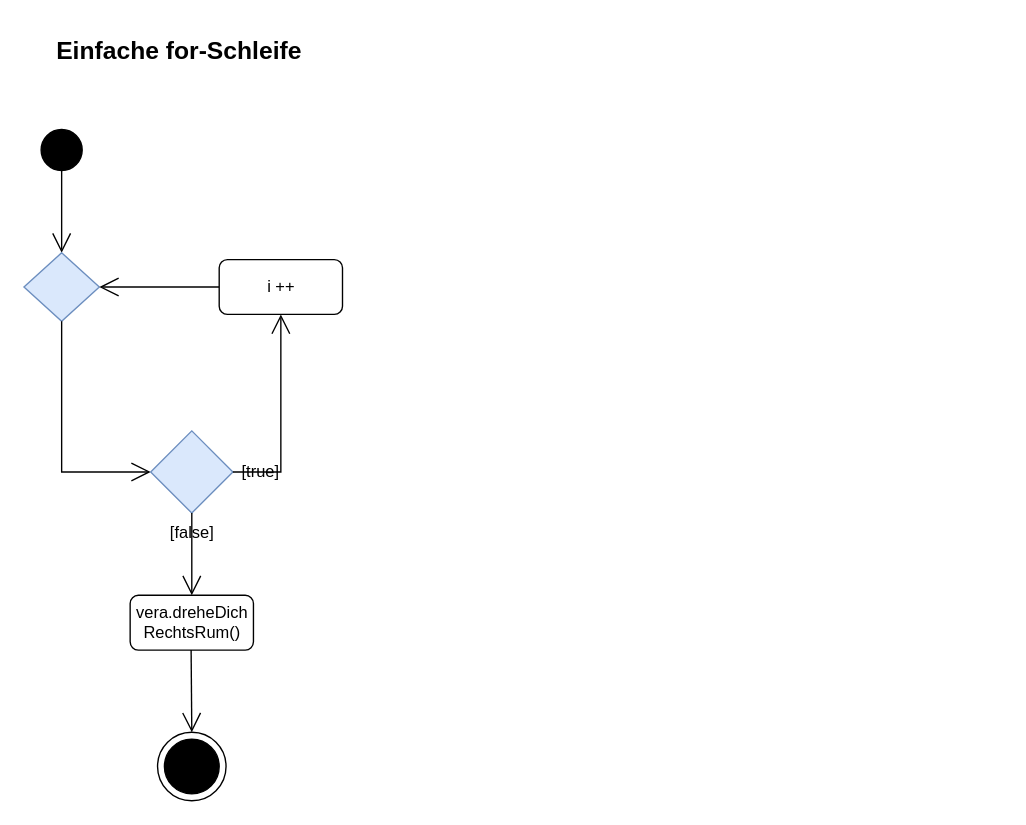
The draw.io diagram Unbenanntes Diagramm.drawio in NeonEnigma/NeonEnigma, before the edit. Source tidied: cells renumbered, new cells numbered last; positions are measured from the earlier drawing's top-left corner, leaving out a move shared by most shapes. Both pictures are drawn from the tidied source at 137%, with x=0, y=0 at pixel (23, 23).
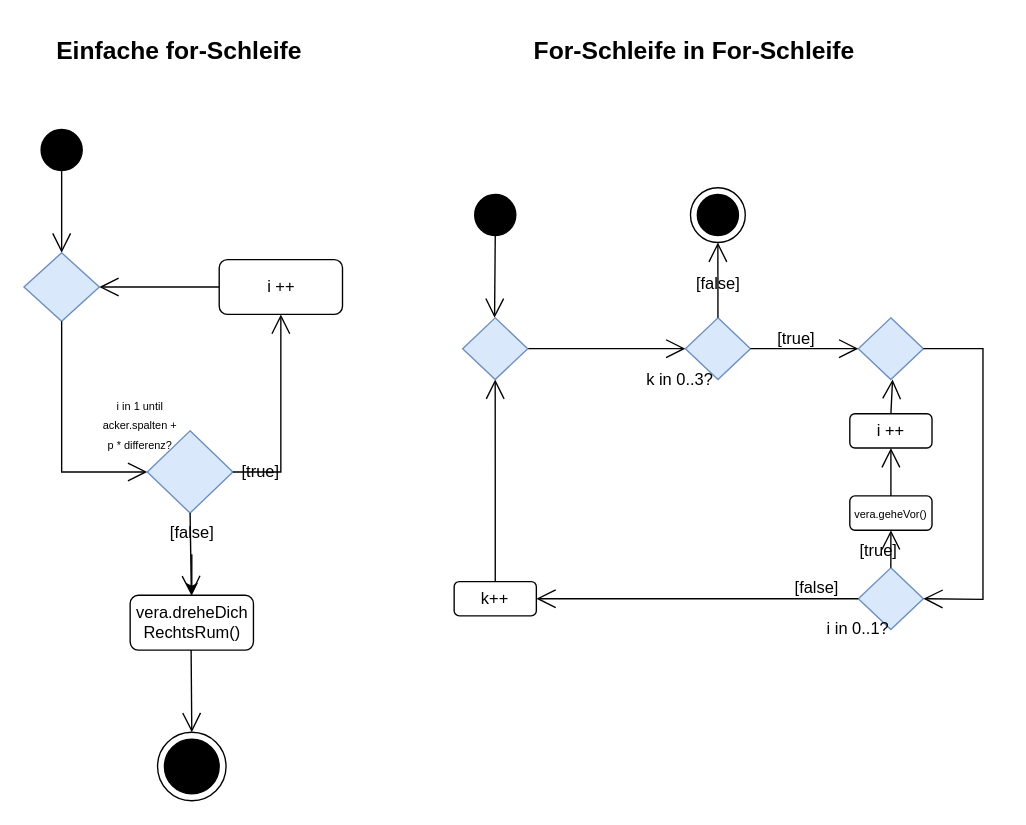
The same diagram, later.

The change refers to these unchanged cells:
```xml
<mxCell id="11" value="vera.dreheDich&lt;div&gt;RechtsRum()&lt;/div&gt;" style="rounded=1;whiteSpace=wrap;html=1;" parent="1" vertex="1">
  <mxGeometry x="77.5" y="417" width="90" height="40" as="geometry" />
</mxCell>
<mxCell id="16" value="[false]" style="text;html=1;align=center;verticalAlign=middle;whiteSpace=wrap;rounded=0;" parent="1" vertex="1">
  <mxGeometry x="92.5" y="357" width="60" height="30" as="geometry" />
</mxCell>
```

The edit, as a diff of the source:
```diff
@@
     <mxCell id="8" style="rhombus;whiteSpace=wrap;html=1;fillColor=#dae8fc;strokeColor=#6c8ebf;" parent="1" vertex="1">
-      <mxGeometry x="92.5" y="297" width="60" height="60" as="geometry" />
+      <mxGeometry x="90" y="297" width="62.5" height="60" as="geometry" />
     </mxCell>
@@
+    <mxCell id="18" style="edgeStyle=orthogonalEdgeStyle;rounded=0;jettySize=auto;html=1;" parent="1" edge="1" source="16" target="11">
+      <mxGeometry relative="1" as="geometry" />
+    </mxCell>
@@
+    <mxCell id="19" value="&lt;b&gt;&lt;font style=&quot;font-size: 18px;&quot;&gt;For-Schleife in For-Schleife&lt;/font&gt;&lt;/b&gt;" style="text;html=1;align=center;verticalAlign=middle;strokeColor=none;fillColor=none;" parent="1" vertex="1">
+      <mxGeometry x="359" width="260" height="40" as="geometry" />
+    </mxCell>
+    <mxCell id="20" style="ellipse;whiteSpace=wrap;html=1;fillColor=#000000;" parent="1" vertex="1">
+      <mxGeometry x="329" y="124.5" width="30" height="30" as="geometry" />
+    </mxCell>
+    <mxCell id="21" style="endArrow=open;endFill=1;endSize=12;html=1;rounded=0;exitX=0.5;exitY=1;exitDx=0;exitDy=0;" parent="1" edge="1">
+      <mxGeometry relative="1" as="geometry">
+        <mxPoint x="344" y="154.5" as="sourcePoint" />
+        <mxPoint x="343.5" y="214.5" as="targetPoint" />
+      </mxGeometry>
+    </mxCell>
+    <mxCell id="22" style="endArrow=open;endFill=1;endSize=12;html=1;rounded=0;exitX=1;exitY=0.5;exitDx=0;exitDy=0;entryX=0;entryY=0.5;entryDx=0;entryDy=0;" parent="1" edge="1" source="31" target="26">
+      <mxGeometry relative="1" as="geometry" />
+    </mxCell>
+    <mxCell id="23" value="i ++" style="rounded=1;whiteSpace=wrap;html=1;" parent="1" vertex="1">
+      <mxGeometry x="602.8" y="284.5" width="60" height="25" as="geometry" />
+    </mxCell>
+    <mxCell id="24" style="endArrow=open;endFill=1;endSize=12;html=1;rounded=0;entryX=0.5;entryY=1;entryDx=0;entryDy=0;exitX=0.5;exitY=0;exitDx=0;exitDy=0;" parent="1" edge="1" source="23">
+      <mxGeometry relative="1" as="geometry">
+        <mxPoint x="634" y="259.5" as="targetPoint" />
+      </mxGeometry>
+    </mxCell>
+    <mxCell id="25" value="[true]" style="text;html=1;align=center;verticalAlign=middle;whiteSpace=wrap;rounded=0;" parent="1" vertex="1">
+      <mxGeometry x="534" y="214.5" width="60" height="30" as="geometry" />
+    </mxCell>
+    <mxCell id="26" style="rhombus;whiteSpace=wrap;html=1;fillColor=#dae8fc;strokeColor=#6c8ebf;" parent="1" vertex="1">
+      <mxGeometry x="482.8" y="214.5" width="47.5" height="45" as="geometry" />
+    </mxCell>
+    <mxCell id="27" style="endArrow=open;endFill=1;endSize=12;html=1;rounded=0;entryX=0.5;entryY=1;entryDx=0;entryDy=0;exitX=0.5;exitY=0;exitDx=0;exitDy=0;" parent="1" edge="1" source="39" target="31">
+      <mxGeometry relative="1" as="geometry">
+        <Array as="points">
+          <mxPoint x="344" y="334.5" />
+        </Array>
+      </mxGeometry>
+    </mxCell>
+    <mxCell id="28" value="[false]" style="text;html=1;align=center;verticalAlign=middle;whiteSpace=wrap;rounded=0;" parent="1" vertex="1">
+      <mxGeometry x="476.5" y="174.5" width="60" height="30" as="geometry" />
+    </mxCell>
+    <mxCell id="29" style="ellipse;whiteSpace=wrap;html=1;fillColor=none;" parent="1" vertex="1">
+      <mxGeometry x="486.5" y="119.5" width="40" height="40" as="geometry" />
+    </mxCell>
+    <mxCell id="30" style="ellipse;whiteSpace=wrap;html=1;fillColor=#000000;" parent="1" vertex="1">
+      <mxGeometry x="491.5" y="124.5" width="30" height="30" as="geometry" />
+    </mxCell>
+    <mxCell id="31" style="rhombus;whiteSpace=wrap;html=1;fillColor=#dae8fc;strokeColor=#6c8ebf;" parent="1" vertex="1">
+      <mxGeometry x="320.2" y="214.5" width="47.5" height="45" as="geometry" />
+    </mxCell>
+    <mxCell id="32" style="rhombus;whiteSpace=wrap;html=1;fillColor=#dae8fc;strokeColor=#6c8ebf;" parent="1" vertex="1">
+      <mxGeometry x="609" y="214.5" width="47.5" height="45" as="geometry" />
+    </mxCell>
+    <mxCell id="33" style="endArrow=open;endFill=1;endSize=12;html=1;rounded=0;entryX=0;entryY=0.5;entryDx=0;entryDy=0;exitX=1;exitY=0.5;exitDx=0;exitDy=0;" parent="1" edge="1" source="26" target="32">
+      <mxGeometry relative="1" as="geometry" />
+    </mxCell>
+    <mxCell id="34" style="endArrow=open;endFill=1;endSize=12;html=1;rounded=0;entryX=0.5;entryY=1;entryDx=0;entryDy=0;exitX=0.5;exitY=0;exitDx=0;exitDy=0;" parent="1" edge="1" source="26">
+      <mxGeometry relative="1" as="geometry">
+        <mxPoint x="506.5" y="159.5" as="targetPoint" />
+        <Array as="points">
+          <mxPoint x="507" y="214.5" />
+        </Array>
+      </mxGeometry>
+    </mxCell>
+    <mxCell id="35" value="&lt;font style=&quot;font-size: 8px;&quot;&gt;vera.geheVor()&lt;/font&gt;" style="rounded=1;whiteSpace=wrap;html=1;" parent="1" vertex="1">
+      <mxGeometry x="602.8" y="344.5" width="60" height="25" as="geometry" />
+    </mxCell>
+    <mxCell id="36" style="endArrow=open;endFill=1;endSize=12;html=1;rounded=0;entryX=0.5;entryY=1;entryDx=0;entryDy=0;" parent="1" edge="1" source="35" target="23">
+      <mxGeometry relative="1" as="geometry" />
+    </mxCell>
+    <mxCell id="37" style="rhombus;whiteSpace=wrap;html=1;fillColor=#dae8fc;strokeColor=#6c8ebf;" parent="1" vertex="1">
+      <mxGeometry x="609" y="397" width="47.5" height="45" as="geometry" />
+    </mxCell>
+    <mxCell id="38" style="endArrow=open;endFill=1;endSize=12;html=1;rounded=0;exitX=0.5;exitY=0;exitDx=0;exitDy=0;entryX=0.5;entryY=1;entryDx=0;entryDy=0;" parent="1" edge="1" source="37" target="35">
+      <mxGeometry relative="1" as="geometry" />
+    </mxCell>
+    <mxCell id="39" value="k++" style="rounded=1;whiteSpace=wrap;html=1;" parent="1" vertex="1">
+      <mxGeometry x="314" y="407" width="60" height="25" as="geometry" />
+    </mxCell>
+    <mxCell id="40" style="endArrow=open;endFill=1;endSize=12;html=1;rounded=0;entryX=1;entryY=0.5;entryDx=0;entryDy=0;exitX=0;exitY=0.5;exitDx=0;exitDy=0;" parent="1" edge="1" source="37" target="39">
+      <mxGeometry relative="1" as="geometry" />
+    </mxCell>
+    <mxCell id="41" value="[true]" style="text;html=1;align=center;verticalAlign=middle;whiteSpace=wrap;rounded=0;" parent="1" vertex="1">
+      <mxGeometry x="594" y="369.5" width="60" height="30" as="geometry" />
+    </mxCell>
+    <mxCell id="42" value="[false]" style="text;html=1;align=center;verticalAlign=middle;whiteSpace=wrap;rounded=0;" parent="1" vertex="1">
+      <mxGeometry x="549" y="397" width="60" height="30" as="geometry" />
+    </mxCell>
+    <mxCell id="43" value="&lt;font style=&quot;font-size: 8px;&quot;&gt;i in 1 until&lt;/font&gt;&lt;div&gt;&lt;font style=&quot;font-size: 8px;&quot;&gt;acker.spalten + p * differenz?&lt;/font&gt;&lt;/div&gt;" style="text;html=1;align=center;verticalAlign=middle;whiteSpace=wrap;rounded=0;" parent="1" vertex="1">
+      <mxGeometry x="55" y="277" width="60" height="30" as="geometry" />
+    </mxCell>
+    <mxCell id="44" value="k in 0..3?" style="text;html=1;align=center;verticalAlign=middle;whiteSpace=wrap;rounded=0;" parent="1" vertex="1">
+      <mxGeometry x="449" y="244.5" width="60" height="30" as="geometry" />
+    </mxCell>
+    <mxCell id="45" value="i in 0..1?" style="text;html=1;align=center;verticalAlign=middle;whiteSpace=wrap;rounded=0;" parent="1" vertex="1">
+      <mxGeometry x="579" y="427" width="60" height="30" as="geometry" />
+    </mxCell>
+    <mxCell id="46" style="endArrow=open;endFill=1;endSize=12;html=1;rounded=0;exitX=1;exitY=0.5;exitDx=0;exitDy=0;entryX=1;entryY=0.5;entryDx=0;entryDy=0;" parent="1" edge="1" source="32" target="37">
+      <mxGeometry relative="1" as="geometry">
+        <Array as="points">
+          <mxPoint x="700" y="237" />
+          <mxPoint x="700" y="420" />
+        </Array>
+      </mxGeometry>
+    </mxCell>
```
